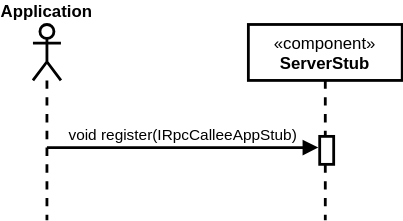
The draw.io diagram docs/middleware/diagrams/UC01RegisterServiceSequenceDiagramLevel1.drawio.svg in HaniAlshikh/tron, before a commit. Source tidied: cells renumbered, new cells last; positions are measured from the earlier drawing's top-left corner, leaving out a move shared by most shapes.
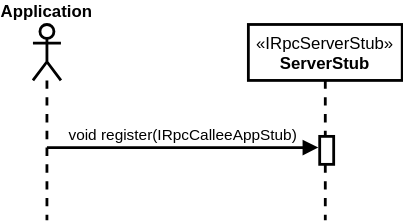
The same file after the commit.

The edit, as a diff of the source:
```diff
@@ -2,7 +2,7 @@
   <root>
     <mxCell id="0" />
     <mxCell id="1" parent="0" />
-    <mxCell id="2" value="&lt;span&gt;«component»&lt;br&gt;&lt;b&gt;ServerStub&lt;/b&gt;&lt;br&gt;&lt;/span&gt;" style="shape=umlLifeline;perimeter=lifelinePerimeter;whiteSpace=wrap;html=1;strokeWidth=2;verticalAlign=top;" parent="1" vertex="1">
+    <mxCell id="2" value="&lt;span&gt;«IRpcServerStub»&lt;br&gt;&lt;b&gt;ServerStub&lt;/b&gt;&lt;br&gt;&lt;/span&gt;" style="shape=umlLifeline;perimeter=lifelinePerimeter;whiteSpace=wrap;html=1;strokeWidth=2;verticalAlign=top;" parent="1" vertex="1">
       <mxGeometry x="154" width="110" height="140" as="geometry" />
     </mxCell>
     <mxCell id="3" value="&lt;b&gt;Application&lt;/b&gt;" style="shape=umlLifeline;participant=umlActor;perimeter=lifelinePerimeter;whiteSpace=wrap;html=1;verticalAlign=bottom;spacingTop=36;strokeWidth=2;labelPosition=center;verticalLabelPosition=top;align=center;" parent="1" vertex="1">
```
